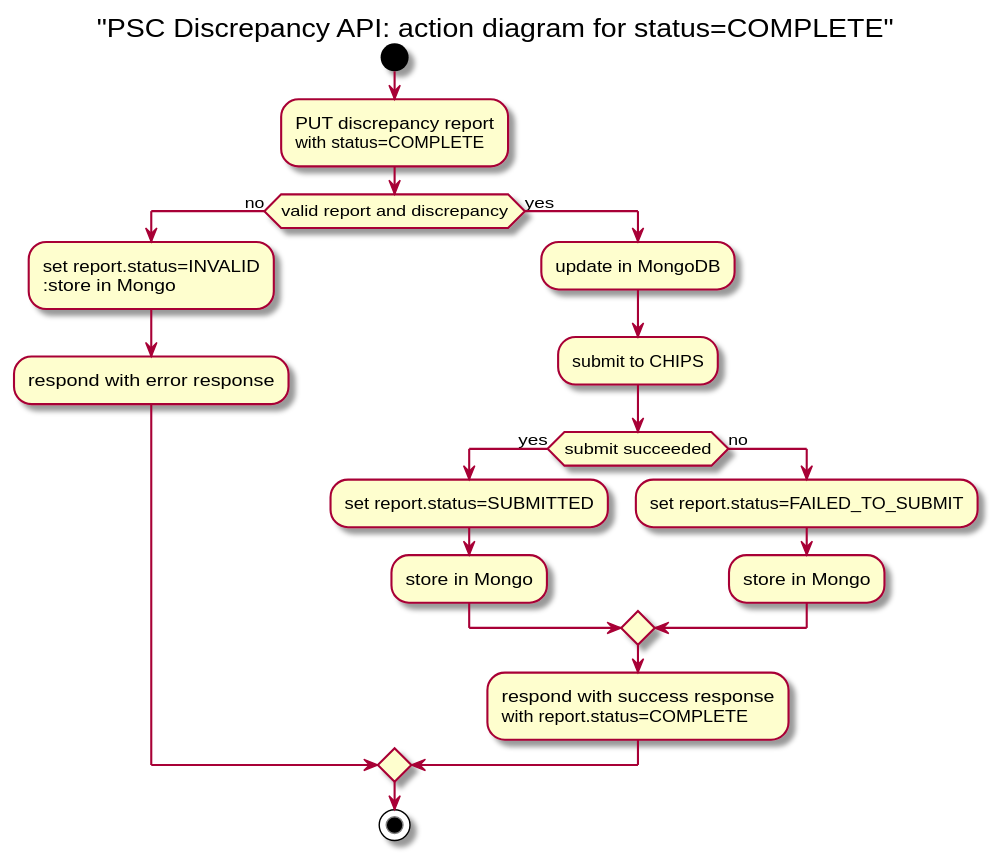
The PlantUML diagram design/StatusCompleteAction.svg in companieshouse/psc-discrepancies.api.ch.gov.uk, before a commit. Its diagram source:
```plantuml
@startuml
start
title "PSC Discrepancy API: action diagram for status=COMPLETE"


:PUT discrepancy report\nwith status=COMPLETE;
if (valid report and discrepancy) then (no)
    :set report.status=INVALID
    :store in Mongo;
    :respond with error response;
else (yes)
    :update in MongoDB;
    :submit to CHIPS;
    if (submit succeeded) then (yes)
        :set report.status=SUBMITTED;
        :store in Mongo;
    else (no)
        :set report.status=FAILED_TO_SUBMIT;
        :store in Mongo;
    endif
    :respond with success response\nwith report.status=COMPLETE;
endif

stop
@enduml
```
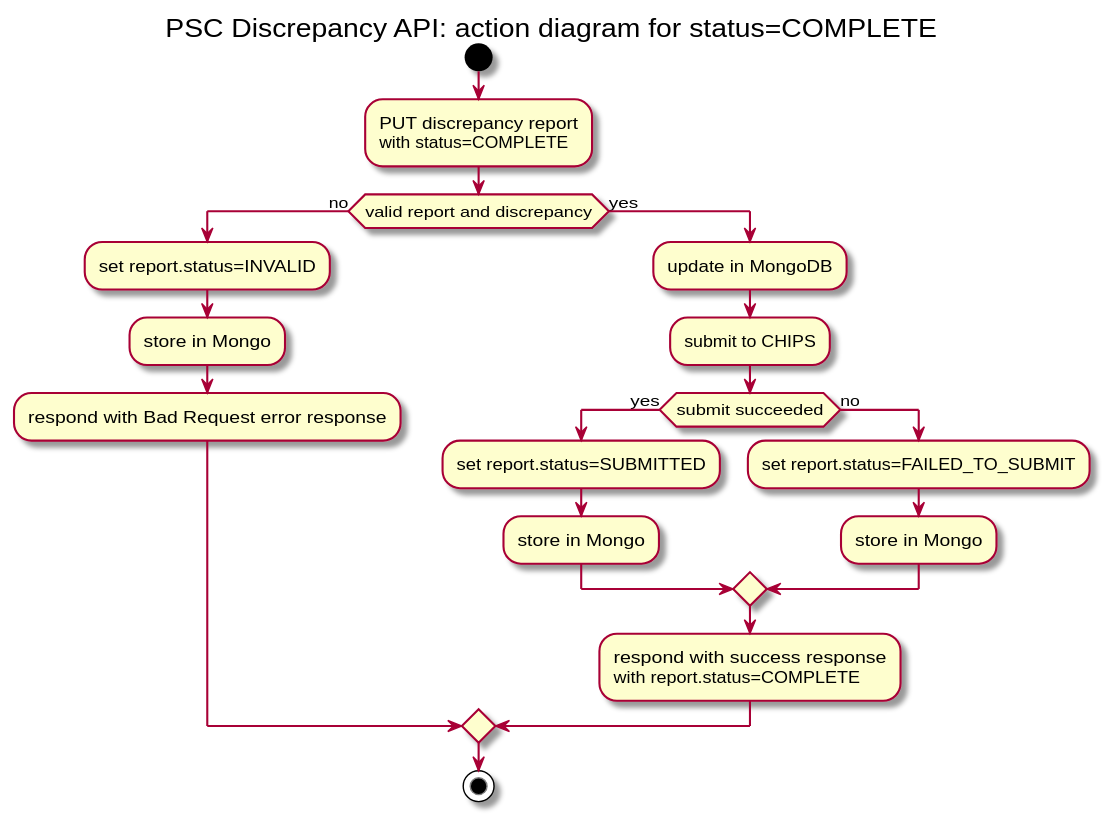
Later version of the same file.

Diff of the diagram source:
```diff
@@ -1,13 +1,13 @@
 @startuml
 start
-title "PSC Discrepancy API: action diagram for status=COMPLETE"
+title PSC Discrepancy API: action diagram for status=COMPLETE
 
 
 :PUT discrepancy report\nwith status=COMPLETE;
 if (valid report and discrepancy) then (no)
-    :set report.status=INVALID
+    :set report.status=INVALID;
     :store in Mongo;
-    :respond with error response;
+    :respond with Bad Request error response;
 else (yes)
     :update in MongoDB;
     :submit to CHIPS;
```
